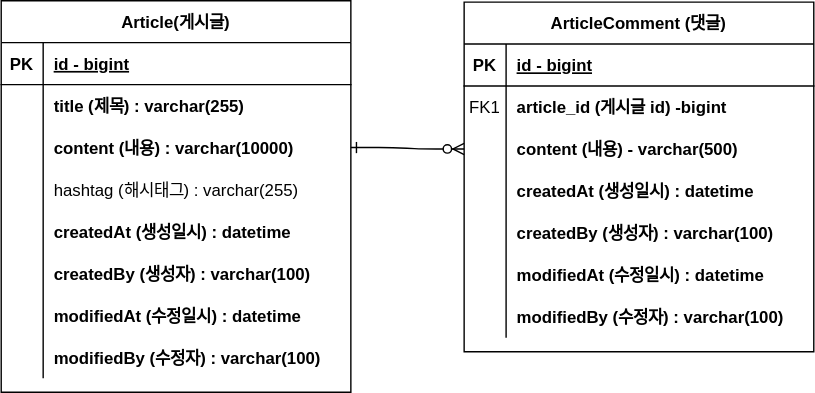
The draw.io diagram document/project-board-erd.svg in huijin-kim/fastcampus-project-board, before a commit. Source tidied: cells renumbered, new cells last; positions are measured from the earlier drawing's top-left corner, leaving out a move shared by most shapes.
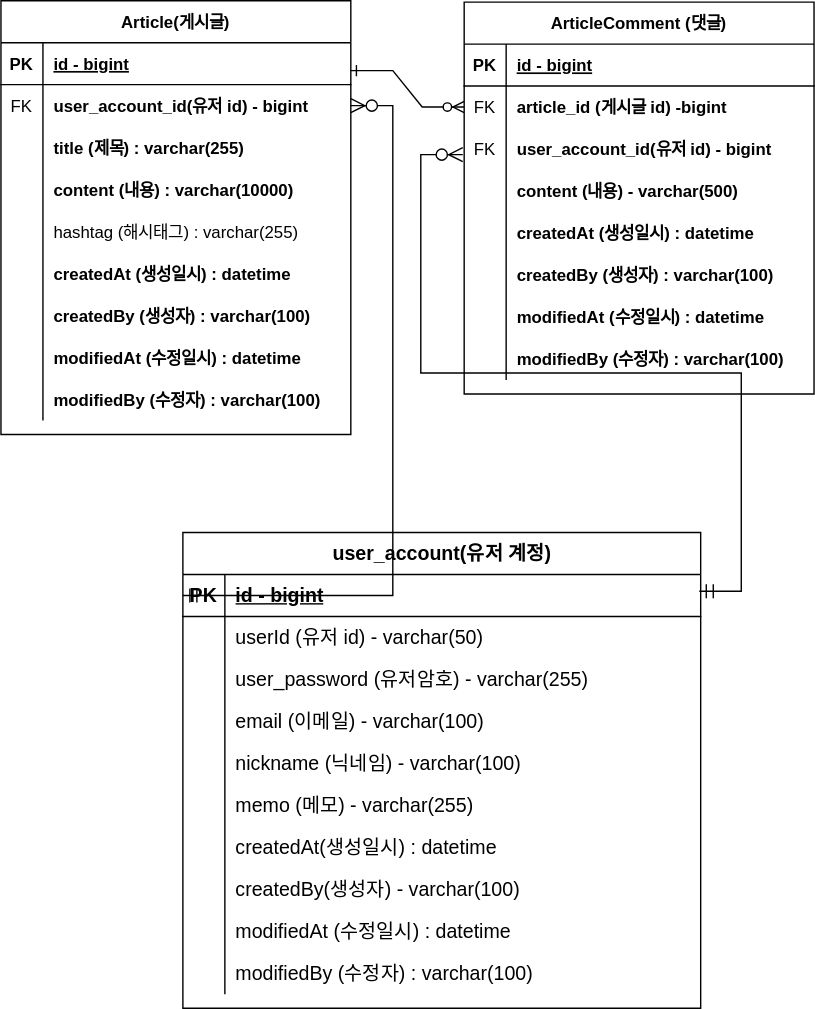
The same file after the commit.

Commit message:
#17 - 회원 계정 도메인 구현 및 erd 반영

What changed in the source:
```diff
@@ -2,11 +2,13 @@
   <root>
     <mxCell id="0" />
     <mxCell id="1" parent="0" />
-    <mxCell id="2" style="edgeStyle=entityRelationEdgeStyle;endArrow=ERzeroToMany;startArrow=ERone;endFill=1;startFill=0;exitX=1;exitY=0.5;exitDx=0;exitDy=0;entryX=0;entryY=0.5;entryDx=0;entryDy=0;" parent="1" edge="1" source="32" target="10">
-      <mxGeometry relative="1" as="geometry" />
+    <mxCell id="2" style="edgeStyle=entityRelationEdgeStyle;endArrow=ERzeroToMany;startArrow=ERone;endFill=1;startFill=0;exitX=1;exitY=0.5;exitDx=0;exitDy=0;rounded=0;curved=0;" parent="1" edge="1" target="7">
+      <mxGeometry relative="1" as="geometry">
+        <mxPoint x="250" y="50" as="sourcePoint" />
+      </mxGeometry>
     </mxCell>
     <mxCell id="3" value="ArticleComment (댓글)" style="shape=table;startSize=30;rowLines=0;fontStyle=1;align=center;" parent="1" vertex="1">
-      <mxGeometry x="331" y="1" width="250" height="250" as="geometry" />
+      <mxGeometry x="331" y="1" width="250" height="280" as="geometry" />
     </mxCell>
     <mxCell id="4" style="shape=partialRectangle;fillColor=none;top=0;left=0;right=0;bottom=1;" parent="3" vertex="1">
       <mxGeometry y="30" width="250" height="30" as="geometry" />
@@ -20,14 +22,23 @@
     <mxCell id="7" style="shape=partialRectangle;fillColor=none;points=[[0,0.5],[1,0.5]];portConstraint=eastwest;top=0;left=0;right=0;bottom=0;" parent="3" vertex="1">
       <mxGeometry y="60" width="250" height="30" as="geometry" />
     </mxCell>
-    <mxCell id="8" value="FK1" style="shape=partialRectangle;overflow=hidden;fillColor=none;top=0;left=0;bottom=0;right=0;" parent="7" vertex="1">
+    <mxCell id="8" value="FK" style="shape=partialRectangle;overflow=hidden;fillColor=none;top=0;left=0;bottom=0;right=0;" parent="7" vertex="1">
       <mxGeometry width="30" height="30" as="geometry" />
     </mxCell>
     <mxCell id="9" value="article_id (게시글 id) -bigint" style="shape=partialRectangle;overflow=hidden;fillColor=none;top=0;left=0;bottom=0;right=0;align=left;spacingLeft=6;fontStyle=1;" parent="7" vertex="1">
       <mxGeometry x="30" width="220" height="30" as="geometry" />
     </mxCell>
+    <mxCell id="50" style="shape=partialRectangle;fillColor=none;top=0;left=0;right=0;bottom=0;" parent="3" vertex="1">
+      <mxGeometry y="90" width="250" height="30" as="geometry" />
+    </mxCell>
+    <mxCell id="51" value="FK" style="shape=partialRectangle;overflow=hidden;fillColor=none;top=0;left=0;bottom=0;right=0;" parent="50" vertex="1">
+      <mxGeometry width="30" height="30" as="geometry" />
+    </mxCell>
+    <mxCell id="52" value="user_account_id(유저 id) - bigint" style="shape=partialRectangle;overflow=hidden;fillColor=none;top=0;left=0;bottom=0;right=0;align=left;spacingLeft=6;fontStyle=1;" parent="50" vertex="1">
+      <mxGeometry x="30" width="220" height="30" as="geometry" />
+    </mxCell>
     <mxCell id="10" style="shape=partialRectangle;fillColor=none;points=[[0,0.5],[1,0.5]];portConstraint=eastwest;top=0;left=0;right=0;bottom=0;" parent="3" vertex="1">
-      <mxGeometry y="90" width="250" height="30" as="geometry" />
+      <mxGeometry y="120" width="250" height="30" as="geometry" />
     </mxCell>
     <mxCell id="11" style="shape=partialRectangle;overflow=hidden;fillColor=none;top=0;left=0;bottom=0;right=0;" parent="10" vertex="1">
       <mxGeometry width="30" height="30" as="geometry" />
@@ -36,7 +47,7 @@
       <mxGeometry x="30" width="220" height="30" as="geometry" />
     </mxCell>
     <mxCell id="13" style="shape=partialRectangle;fillColor=none;top=0;left=0;right=0;bottom=0;" parent="3" vertex="1">
-      <mxGeometry y="120" width="250" height="30" as="geometry" />
+      <mxGeometry y="150" width="250" height="30" as="geometry" />
     </mxCell>
     <mxCell id="14" style="shape=partialRectangle;overflow=hidden;fillColor=none;top=0;left=0;bottom=0;right=0;" parent="13" vertex="1">
       <mxGeometry width="30" height="30" as="geometry" />
@@ -45,7 +56,7 @@
       <mxGeometry x="30" width="220" height="30" as="geometry" />
     </mxCell>
     <mxCell id="16" style="shape=partialRectangle;fillColor=none;top=0;left=0;right=0;bottom=0;" parent="3" vertex="1">
-      <mxGeometry y="150" width="250" height="30" as="geometry" />
+      <mxGeometry y="180" width="250" height="30" as="geometry" />
     </mxCell>
     <mxCell id="17" style="shape=partialRectangle;overflow=hidden;fillColor=none;top=0;left=0;bottom=0;right=0;" parent="16" vertex="1">
       <mxGeometry width="30" height="30" as="geometry" />
@@ -54,7 +65,7 @@
       <mxGeometry x="30" width="220" height="30" as="geometry" />
     </mxCell>
     <mxCell id="19" style="shape=partialRectangle;fillColor=none;top=0;left=0;right=0;bottom=0;" parent="3" vertex="1">
-      <mxGeometry y="180" width="250" height="30" as="geometry" />
+      <mxGeometry y="210" width="250" height="30" as="geometry" />
     </mxCell>
     <mxCell id="20" style="shape=partialRectangle;overflow=hidden;fillColor=none;top=0;left=0;bottom=0;right=0;" parent="19" vertex="1">
       <mxGeometry width="30" height="30" as="geometry" />
@@ -63,7 +74,7 @@
       <mxGeometry x="30" width="220" height="30" as="geometry" />
     </mxCell>
     <mxCell id="22" style="shape=partialRectangle;fillColor=none;top=0;left=0;right=0;bottom=0;" parent="3" vertex="1">
-      <mxGeometry y="210" width="250" height="30" as="geometry" />
+      <mxGeometry y="240" width="250" height="30" as="geometry" />
     </mxCell>
     <mxCell id="23" style="shape=partialRectangle;overflow=hidden;fillColor=none;top=0;left=0;bottom=0;right=0;" parent="22" vertex="1">
       <mxGeometry width="30" height="30" as="geometry" />
@@ -72,7 +83,7 @@
       <mxGeometry x="30" width="220" height="30" as="geometry" />
     </mxCell>
     <mxCell id="25" value="Article(게시글)" style="shape=table;startSize=30;rowLines=0;fontStyle=1;align=center;" parent="1" vertex="1">
-      <mxGeometry width="250" height="280" as="geometry" />
+      <mxGeometry width="250" height="310" as="geometry" />
     </mxCell>
     <mxCell id="26" style="shape=partialRectangle;fillColor=none;top=0;left=0;right=0;bottom=1;" parent="25" vertex="1">
       <mxGeometry y="30" width="250" height="30" as="geometry" />
@@ -83,8 +94,17 @@
     <mxCell id="28" value="id - bigint" style="shape=partialRectangle;overflow=hidden;fillColor=none;top=0;left=0;bottom=0;right=0;align=left;spacingLeft=6;fontStyle=5;" parent="26" vertex="1">
       <mxGeometry x="30" width="220" height="30" as="geometry" />
     </mxCell>
+    <mxCell id="53" style="shape=partialRectangle;fillColor=none;points=[[0,0.5],[1,0.5]];portConstraint=eastwest;top=0;left=0;right=0;bottom=0;" parent="25" vertex="1">
+      <mxGeometry y="60" width="250" height="30" as="geometry" />
+    </mxCell>
+    <mxCell id="54" value="FK" style="shape=partialRectangle;overflow=hidden;fillColor=none;top=0;left=0;bottom=0;right=0;" parent="53" vertex="1">
+      <mxGeometry width="30" height="30" as="geometry" />
+    </mxCell>
+    <mxCell id="55" value="user_account_id(유저 id) - bigint" style="shape=partialRectangle;overflow=hidden;fillColor=none;top=0;left=0;bottom=0;right=0;align=left;spacingLeft=6;fontStyle=1;" parent="53" vertex="1">
+      <mxGeometry x="30" width="220" height="30" as="geometry" />
+    </mxCell>
     <mxCell id="29" style="shape=partialRectangle;fillColor=none;top=0;left=0;right=0;bottom=0;" parent="25" vertex="1">
-      <mxGeometry y="60" width="250" height="30" as="geometry" />
+      <mxGeometry y="90" width="250" height="30" as="geometry" />
     </mxCell>
     <mxCell id="30" style="shape=partialRectangle;overflow=hidden;fillColor=none;top=0;left=0;bottom=0;right=0;" parent="29" vertex="1">
       <mxGeometry width="30" height="30" as="geometry" />
@@ -93,7 +113,7 @@
       <mxGeometry x="30" width="220" height="30" as="geometry" />
     </mxCell>
     <mxCell id="32" style="shape=partialRectangle;fillColor=none;points=[[0,0.5],[1,0.5]];portConstraint=eastwest;top=0;left=0;right=0;bottom=0;" parent="25" vertex="1">
-      <mxGeometry y="90" width="250" height="30" as="geometry" />
+      <mxGeometry y="120" width="250" height="30" as="geometry" />
     </mxCell>
     <mxCell id="33" style="shape=partialRectangle;overflow=hidden;fillColor=none;top=0;left=0;bottom=0;right=0;" parent="32" vertex="1">
       <mxGeometry width="30" height="30" as="geometry" />
@@ -102,7 +122,7 @@
       <mxGeometry x="30" width="220" height="30" as="geometry" />
     </mxCell>
     <mxCell id="35" style="shape=partialRectangle;fillColor=none;top=0;left=0;right=0;bottom=0;" parent="25" vertex="1">
-      <mxGeometry y="120" width="250" height="30" as="geometry" />
+      <mxGeometry y="150" width="250" height="30" as="geometry" />
     </mxCell>
     <mxCell id="36" style="shape=partialRectangle;overflow=hidden;fillColor=none;top=0;left=0;bottom=0;right=0;" parent="35" vertex="1">
       <mxGeometry width="30" height="30" as="geometry" />
@@ -111,7 +131,7 @@
       <mxGeometry x="30" width="220" height="30" as="geometry" />
     </mxCell>
     <mxCell id="38" style="shape=partialRectangle;fillColor=none;top=0;left=0;right=0;bottom=0;" parent="25" vertex="1">
-      <mxGeometry y="150" width="250" height="30" as="geometry" />
+      <mxGeometry y="180" width="250" height="30" as="geometry" />
     </mxCell>
     <mxCell id="39" style="shape=partialRectangle;overflow=hidden;fillColor=none;top=0;left=0;bottom=0;right=0;" parent="38" vertex="1">
       <mxGeometry width="30" height="30" as="geometry" />
@@ -120,7 +140,7 @@
       <mxGeometry x="30" width="220" height="30" as="geometry" />
     </mxCell>
     <mxCell id="41" style="shape=partialRectangle;fillColor=none;top=0;left=0;right=0;bottom=0;" parent="25" vertex="1">
-      <mxGeometry y="180" width="250" height="30" as="geometry" />
+      <mxGeometry y="210" width="250" height="30" as="geometry" />
     </mxCell>
     <mxCell id="42" style="shape=partialRectangle;overflow=hidden;fillColor=none;top=0;left=0;bottom=0;right=0;" parent="41" vertex="1">
       <mxGeometry width="30" height="30" as="geometry" />
@@ -129,7 +149,7 @@
       <mxGeometry x="30" width="220" height="30" as="geometry" />
     </mxCell>
     <mxCell id="44" style="shape=partialRectangle;fillColor=none;top=0;left=0;right=0;bottom=0;" parent="25" vertex="1">
-      <mxGeometry y="210" width="250" height="30" as="geometry" />
+      <mxGeometry y="240" width="250" height="30" as="geometry" />
     </mxCell>
     <mxCell id="45" style="shape=partialRectangle;overflow=hidden;fillColor=none;top=0;left=0;bottom=0;right=0;" parent="44" vertex="1">
       <mxGeometry width="30" height="30" as="geometry" />
@@ -138,7 +158,7 @@
       <mxGeometry x="30" width="220" height="30" as="geometry" />
     </mxCell>
     <mxCell id="47" style="shape=partialRectangle;fillColor=none;top=0;left=0;right=0;bottom=0;" parent="25" vertex="1">
-      <mxGeometry y="240" width="250" height="30" as="geometry" />
+      <mxGeometry y="270" width="250" height="30" as="geometry" />
     </mxCell>
     <mxCell id="48" style="shape=partialRectangle;overflow=hidden;fillColor=none;top=0;left=0;bottom=0;right=0;" parent="47" vertex="1">
       <mxGeometry width="30" height="30" as="geometry" />
@@ -146,5 +166,135 @@
     <mxCell id="49" value="modifiedBy (수정자) : varchar(100)" style="shape=partialRectangle;overflow=hidden;fillColor=none;top=0;left=0;bottom=0;right=0;align=left;spacingLeft=6;fontStyle=1;" parent="47" vertex="1">
       <mxGeometry x="30" width="220" height="30" as="geometry" />
     </mxCell>
+    <mxCell id="56" value="user_account(유저 계정)" style="shape=table;startSize=30;rowLines=0;fontStyle=1;align=center;html=1;fontSize=14;" parent="1" vertex="1">
+      <mxGeometry x="130" y="380" width="370" height="340" as="geometry" />
+    </mxCell>
+    <mxCell id="57" style="shape=tableRow;horizontal=0;startSize=0;swimlaneHead=0;swimlaneBody=0;fillColor=none;points=[[0,0.5],[1,0.5]];portConstraint=eastwest;top=0;left=0;right=0;bottom=1;fontSize=14;" parent="56" vertex="1">
+      <mxGeometry y="30" width="370" height="30" as="geometry" />
+    </mxCell>
+    <mxCell id="58" value="PK" style="shape=partialRectangle;fillColor=none;top=0;left=0;bottom=0;right=0;fontStyle=1;overflow=hidden;whiteSpace=wrap;html=1;fontSize=14;" parent="57" vertex="1">
+      <mxGeometry width="30" height="30" as="geometry" />
+    </mxCell>
+    <mxCell id="59" value="id - bigint" style="shape=partialRectangle;fillColor=none;top=0;left=0;bottom=0;right=0;align=left;spacingLeft=6;fontStyle=5;overflow=hidden;whiteSpace=wrap;html=1;fontSize=14;" parent="57" vertex="1">
+      <mxGeometry x="30" width="340" height="30" as="geometry" />
+    </mxCell>
+    <mxCell id="60" style="shape=tableRow;horizontal=0;startSize=0;swimlaneHead=0;swimlaneBody=0;fillColor=none;top=0;left=0;right=0;bottom=0;fontSize=14;" parent="56" vertex="1">
+      <mxGeometry y="60" width="370" height="30" as="geometry" />
+    </mxCell>
+    <mxCell id="61" style="shape=partialRectangle;fillColor=none;top=0;left=0;bottom=0;right=0;overflow=hidden;whiteSpace=wrap;html=1;fontSize=14;" parent="60" vertex="1">
+      <mxGeometry width="30" height="30" as="geometry" />
+    </mxCell>
+    <mxCell id="62" value="userId (유저 id) - varchar(50)" style="shape=partialRectangle;fillColor=none;top=0;left=0;bottom=0;right=0;align=left;spacingLeft=6;overflow=hidden;whiteSpace=wrap;html=1;fontSize=14;" parent="60" vertex="1">
+      <mxGeometry x="30" width="340" height="30" as="geometry" />
+    </mxCell>
+    <mxCell id="63" style="shape=tableRow;horizontal=0;startSize=0;swimlaneHead=0;swimlaneBody=0;fillColor=none;top=0;left=0;right=0;bottom=0;fontSize=14;" parent="56" vertex="1">
+      <mxGeometry y="90" width="370" height="30" as="geometry" />
+    </mxCell>
+    <mxCell id="64" style="shape=partialRectangle;fillColor=none;top=0;left=0;bottom=0;right=0;overflow=hidden;whiteSpace=wrap;html=1;fontSize=14;" parent="63" vertex="1">
+      <mxGeometry width="30" height="30" as="geometry" />
+    </mxCell>
+    <mxCell id="65" value="user_password (유저암호) - varchar(255)" style="shape=partialRectangle;fillColor=none;top=0;left=0;bottom=0;right=0;align=left;spacingLeft=6;overflow=hidden;whiteSpace=wrap;html=1;fontSize=14;" parent="63" vertex="1">
+      <mxGeometry x="30" width="340" height="30" as="geometry" />
+    </mxCell>
+    <mxCell id="66" style="shape=tableRow;horizontal=0;startSize=0;swimlaneHead=0;swimlaneBody=0;fillColor=none;top=0;left=0;right=0;bottom=0;fontSize=14;" parent="56" vertex="1">
+      <mxGeometry y="120" width="370" height="30" as="geometry" />
+    </mxCell>
+    <mxCell id="67" style="shape=partialRectangle;fillColor=none;top=0;left=0;bottom=0;right=0;overflow=hidden;whiteSpace=wrap;html=1;fontSize=14;" parent="66" vertex="1">
+      <mxGeometry width="30" height="30" as="geometry" />
+    </mxCell>
+    <mxCell id="68" value="email (이메일) - varchar(100)" style="shape=partialRectangle;fillColor=none;top=0;left=0;bottom=0;right=0;align=left;spacingLeft=6;overflow=hidden;whiteSpace=wrap;html=1;fontSize=14;" parent="66" vertex="1">
+      <mxGeometry x="30" width="340" height="30" as="geometry" />
+    </mxCell>
+    <mxCell id="69" style="shape=tableRow;horizontal=0;startSize=0;swimlaneHead=0;swimlaneBody=0;fillColor=none;top=0;left=0;right=0;bottom=0;fontSize=14;" parent="56" vertex="1">
+      <mxGeometry y="150" width="370" height="30" as="geometry" />
+    </mxCell>
+    <mxCell id="70" style="shape=partialRectangle;fillColor=none;top=0;left=0;bottom=0;right=0;overflow=hidden;whiteSpace=wrap;html=1;fontSize=14;" parent="69" vertex="1">
+      <mxGeometry width="30" height="30" as="geometry" />
+    </mxCell>
+    <mxCell id="71" value="nickname (닉네임) - varchar(100)" style="shape=partialRectangle;fillColor=none;top=0;left=0;bottom=0;right=0;align=left;spacingLeft=6;overflow=hidden;whiteSpace=wrap;html=1;fontSize=14;" parent="69" vertex="1">
+      <mxGeometry x="30" width="340" height="30" as="geometry" />
+    </mxCell>
+    <mxCell id="72" style="shape=tableRow;horizontal=0;startSize=0;swimlaneHead=0;swimlaneBody=0;fillColor=none;top=0;left=0;right=0;bottom=0;fontSize=14;" parent="56" vertex="1">
+      <mxGeometry y="180" width="370" height="30" as="geometry" />
+    </mxCell>
+    <mxCell id="73" style="shape=partialRectangle;fillColor=none;top=0;left=0;bottom=0;right=0;overflow=hidden;whiteSpace=wrap;html=1;fontSize=14;" parent="72" vertex="1">
+      <mxGeometry width="30" height="30" as="geometry" />
+    </mxCell>
+    <mxCell id="74" value="memo (메모) - varchar(255)" style="shape=partialRectangle;fillColor=none;top=0;left=0;bottom=0;right=0;align=left;spacingLeft=6;overflow=hidden;whiteSpace=wrap;html=1;fontSize=14;" parent="72" vertex="1">
+      <mxGeometry x="30" width="340" height="30" as="geometry" />
+    </mxCell>
+    <mxCell id="75" style="shape=tableRow;horizontal=0;startSize=0;swimlaneHead=0;swimlaneBody=0;fillColor=none;top=0;left=0;right=0;bottom=0;fontSize=14;" parent="56" vertex="1">
+      <mxGeometry y="210" width="370" height="30" as="geometry" />
+    </mxCell>
+    <mxCell id="76" style="shape=partialRectangle;fillColor=none;top=0;left=0;bottom=0;right=0;overflow=hidden;whiteSpace=wrap;html=1;fontSize=14;" parent="75" vertex="1">
+      <mxGeometry width="30" height="30" as="geometry" />
+    </mxCell>
+    <mxCell id="77" value="createdAt(생성일시) : datetime" style="shape=partialRectangle;fillColor=none;top=0;left=0;bottom=0;right=0;align=left;spacingLeft=6;overflow=hidden;whiteSpace=wrap;html=1;fontSize=14;" parent="75" vertex="1">
+      <mxGeometry x="30" width="340" height="30" as="geometry" />
+    </mxCell>
+    <mxCell id="78" style="shape=tableRow;horizontal=0;startSize=0;swimlaneHead=0;swimlaneBody=0;fillColor=none;top=0;left=0;right=0;bottom=0;fontSize=14;" parent="56" vertex="1">
+      <mxGeometry y="240" width="370" height="30" as="geometry" />
+    </mxCell>
+    <mxCell id="79" style="shape=partialRectangle;fillColor=none;top=0;left=0;bottom=0;right=0;overflow=hidden;whiteSpace=wrap;html=1;fontSize=14;" parent="78" vertex="1">
+      <mxGeometry width="30" height="30" as="geometry" />
+    </mxCell>
+    <mxCell id="80" value="createdBy(생성자) - varchar(100)" style="shape=partialRectangle;fillColor=none;top=0;left=0;bottom=0;right=0;align=left;spacingLeft=6;overflow=hidden;whiteSpace=wrap;html=1;fontSize=14;" parent="78" vertex="1">
+      <mxGeometry x="30" width="340" height="30" as="geometry" />
+    </mxCell>
+    <mxCell id="81" style="shape=tableRow;horizontal=0;startSize=0;swimlaneHead=0;swimlaneBody=0;fillColor=none;top=0;left=0;right=0;bottom=0;fontSize=14;" parent="56" vertex="1">
+      <mxGeometry y="270" width="370" height="30" as="geometry" />
+    </mxCell>
+    <mxCell id="82" style="shape=partialRectangle;fillColor=none;top=0;left=0;bottom=0;right=0;overflow=hidden;whiteSpace=wrap;html=1;fontSize=14;" parent="81" vertex="1">
+      <mxGeometry width="30" height="30" as="geometry" />
+    </mxCell>
+    <mxCell id="83" value="modifiedAt (수정일시) : datetime" style="shape=partialRectangle;fillColor=none;top=0;left=0;bottom=0;right=0;align=left;spacingLeft=6;overflow=hidden;whiteSpace=wrap;html=1;fontSize=14;" parent="81" vertex="1">
+      <mxGeometry x="30" width="340" height="30" as="geometry" />
+    </mxCell>
+    <mxCell id="84" style="shape=tableRow;horizontal=0;startSize=0;swimlaneHead=0;swimlaneBody=0;fillColor=none;top=0;left=0;right=0;bottom=0;fontSize=14;" parent="56" vertex="1">
+      <mxGeometry y="300" width="370" height="30" as="geometry" />
+    </mxCell>
+    <mxCell id="85" style="shape=partialRectangle;fillColor=none;top=0;left=0;bottom=0;right=0;overflow=hidden;whiteSpace=wrap;html=1;fontSize=14;" parent="84" vertex="1">
+      <mxGeometry width="30" height="30" as="geometry" />
+    </mxCell>
+    <mxCell id="86" value="modifiedBy (수정자) : varchar(100)" style="shape=partialRectangle;fillColor=none;top=0;left=0;bottom=0;right=0;align=left;spacingLeft=6;overflow=hidden;whiteSpace=wrap;html=1;fontSize=14;" parent="84" vertex="1">
+      <mxGeometry x="30" width="340" height="30" as="geometry" />
+    </mxCell>
+    <mxCell id="87" style="edgeStyle=entityRelationEdgeStyle;fontSize=12;html=1;endArrow=ERzeroToMany;startArrow=ERmandOne;rounded=0;startSize=8;endSize=8;curved=0;exitX=0;exitY=0.5;exitDx=0;exitDy=0;" parent="1" edge="1" source="57" target="53">
+      <mxGeometry relative="1" as="geometry">
+        <Array as="points">
+          <mxPoint x="150" y="350" />
+          <mxPoint x="190" y="320" />
+          <mxPoint x="110" y="390" />
+          <mxPoint x="290" y="360" />
+          <mxPoint x="290" y="320" />
+          <mxPoint x="390" y="360" />
+          <mxPoint x="210" y="350" />
+          <mxPoint x="130" y="290" />
+          <mxPoint x="220" y="290" />
+          <mxPoint x="330" y="300" />
+          <mxPoint x="710" y="300" />
+          <mxPoint x="390" y="440" />
+          <mxPoint x="340" y="330" />
+          <mxPoint x="300" y="160" />
+        </Array>
+      </mxGeometry>
+    </mxCell>
+    <mxCell id="88" style="edgeStyle=entityRelationEdgeStyle;fontSize=12;html=1;endArrow=ERzeroToMany;startArrow=ERmandOne;rounded=0;startSize=8;endSize=8;curved=0;exitX=1;exitY=0.5;exitDx=0;exitDy=0;" parent="1" edge="1">
+      <mxGeometry relative="1" as="geometry">
+        <mxPoint x="499" y="422" as="sourcePoint" />
+        <mxPoint x="330" y="110" as="targetPoint" />
+        <Array as="points">
+          <mxPoint x="299" y="316" />
+          <mxPoint x="589" y="226" />
+          <mxPoint x="419" y="307" />
+          <mxPoint x="299" y="237" />
+          <mxPoint x="319" y="97" />
+          <mxPoint x="314" y="147" />
+          <mxPoint x="419" y="307" />
+          <mxPoint x="409" y="307" />
+          <mxPoint x="349" y="296" />
+        </Array>
+      </mxGeometry>
+    </mxCell>
   </root>
 </mxGraphModel>
```
